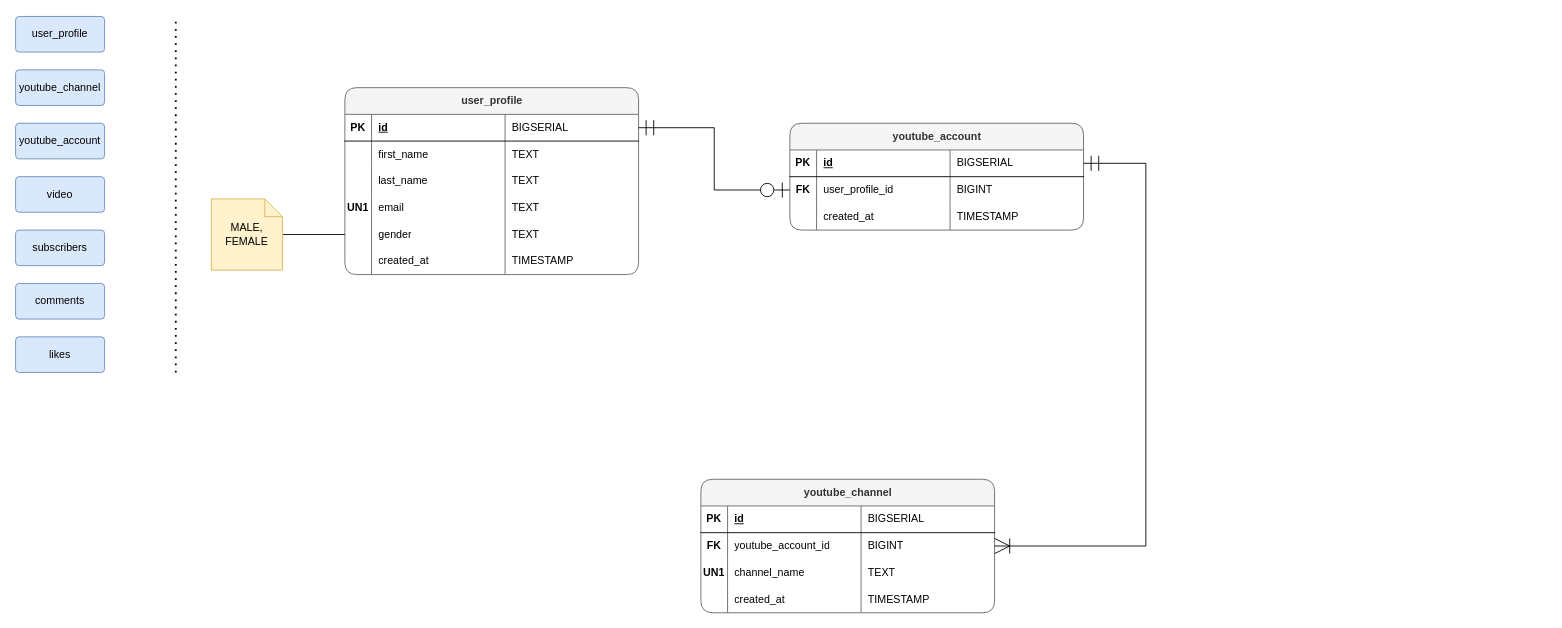
This is database-learn.drawio.xml from mjunaidjbr/learn-database, a draw.io file, before an edit. Source tidied: cells renumbered, new cells numbered last; positions are measured from the earlier drawing's top-left corner, leaving out a move shared by most shapes. Both pictures are drawn from the tidied source at 89%, with x=0, y=0 at pixel (15, 16).
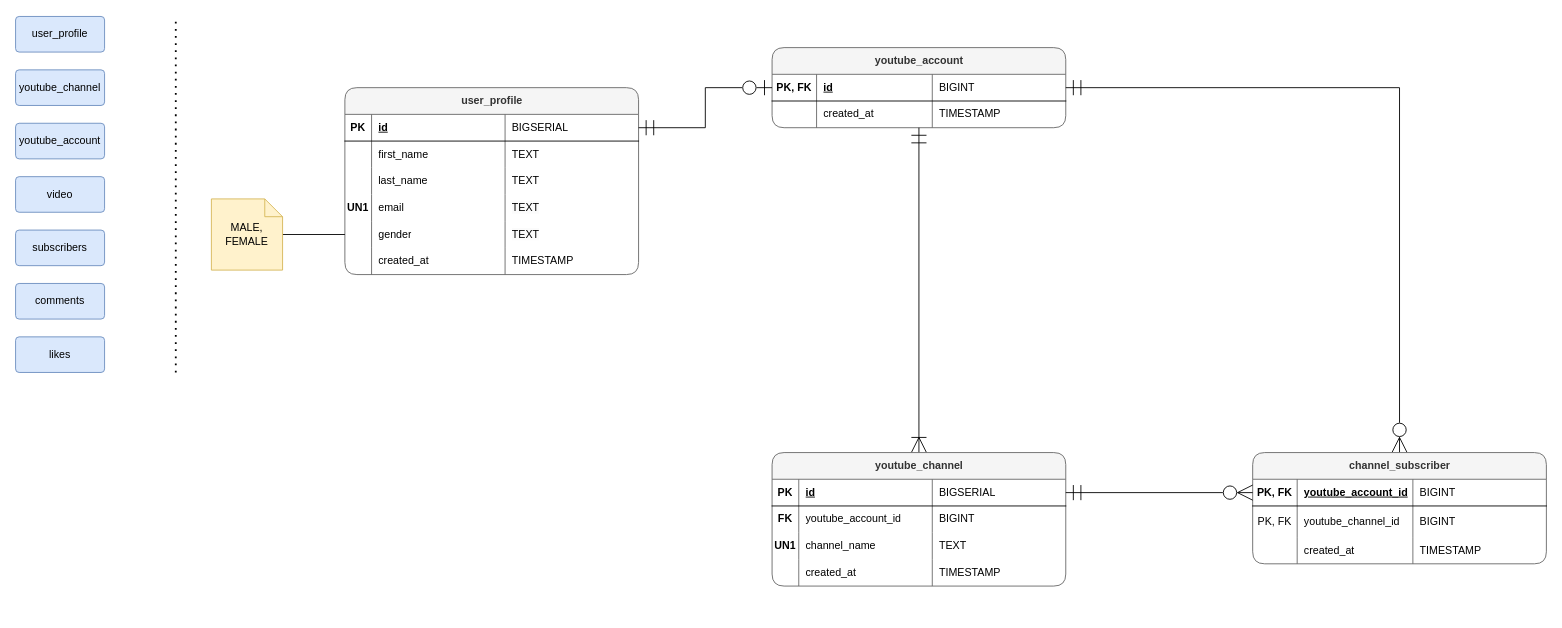
After the change.

Unchanged cells that the change refers to:
```xml
<mxCell id="10" style="shape=tableRow;horizontal=0;startSize=0;swimlaneHead=0;swimlaneBody=0;fillColor=none;points=[[0,0.5],[1,0.5]];portConstraint=eastwest;top=0;left=0;right=0;bottom=1;" parent="9" vertex="1">
  <mxGeometry y="30" width="330" height="30" as="geometry" />
</mxCell>
<mxCell id="51" style="shape=tableRow;horizontal=0;startSize=0;swimlaneHead=0;swimlaneBody=0;fillColor=none;points=[[0,0.5],[1,0.5]];portConstraint=eastwest;top=0;left=0;right=0;bottom=1;" parent="50" vertex="1">
  <mxGeometry y="30" width="330" height="30" as="geometry" />
</mxCell>
<mxCell id="55" style="shape=tableRow;horizontal=0;startSize=0;swimlaneHead=0;swimlaneBody=0;fillColor=none;points=[[0,0.5],[1,0.5]];portConstraint=eastwest;top=0;left=0;right=0;bottom=0;" parent="50" vertex="1">
  <mxGeometry y="60" width="330" height="30" as="geometry" />
</mxCell>
```

Diff of the diagram source:
```diff
@@
     <mxCell id="37" value="youtube_account" style="shape=table;startSize=30;childLayout=tableLayout;rowLines=0;fontStyle=1;align=center;html=1;rounded=1;fillColor=#f5f5f5;strokeColor=#666666;swimlaneLine=1;shadow=0;fontColor=#333333;" parent="1" vertex="1">
-      <mxGeometry x="870" y="120" width="330" height="120" as="geometry" />
+      <mxGeometry x="850" y="35" width="330" height="90" as="geometry" />
     </mxCell>
-    <mxCell id="38" style="shape=tableRow;horizontal=0;startSize=0;swimlaneHead=0;swimlaneBody=0;fillColor=none;points=[[0,0.5],[1,0.5]];portConstraint=eastwest;top=0;left=0;right=0;bottom=1;" parent="37" vertex="1">
+    <mxCell id="38" style="shape=tableRow;horizontal=0;startSize=0;swimlaneHead=0;swimlaneBody=0;fillColor=none;points=[[0,0.5],[1,0.5]];portConstraint=eastwest;top=0;left=0;right=0;bottom=1;strokeColor=default;" parent="37" vertex="1">
       <mxGeometry y="30" width="330" height="30" as="geometry" />
     </mxCell>
-    <mxCell id="39" value="PK" style="shape=partialRectangle;fillColor=none;top=0;left=0;bottom=0;right=0;fontStyle=1;overflow=hidden;whiteSpace=wrap;html=1;" parent="38" vertex="1">
-      <mxGeometry width="30" height="30" as="geometry" />
+    <mxCell id="39" value="PK, FK" style="shape=partialRectangle;fillColor=none;top=0;left=0;bottom=0;right=0;fontStyle=1;overflow=hidden;whiteSpace=wrap;html=1;strokeColor=default;" parent="38" vertex="1">
+      <mxGeometry width="50" height="30" as="geometry" />
     </mxCell>
-    <mxCell id="40" value="id" style="shape=partialRectangle;fillColor=none;top=0;left=0;bottom=0;right=0;align=left;spacingLeft=6;fontStyle=5;overflow=hidden;whiteSpace=wrap;html=1;" parent="38" vertex="1">
-      <mxGeometry x="30" width="150" height="30" as="geometry" />
+    <mxCell id="40" value="id" style="shape=partialRectangle;fillColor=none;top=0;left=0;bottom=0;right=0;align=left;spacingLeft=6;fontStyle=5;overflow=hidden;whiteSpace=wrap;html=1;strokeColor=default;" parent="38" vertex="1">
+      <mxGeometry x="50" width="130" height="30" as="geometry" />
     </mxCell>
-    <mxCell id="41" value="&lt;span style=&quot;font-weight: normal;&quot;&gt;BIGSERIAL&lt;/span&gt;" style="shape=partialRectangle;fillColor=none;top=0;left=0;bottom=0;right=0;align=left;spacingLeft=6;fontStyle=1;overflow=hidden;whiteSpace=wrap;html=1;" parent="38" vertex="1">
+    <mxCell id="41" value="&lt;span style=&quot;font-weight: normal;&quot;&gt;BIGINT&lt;br&gt;&lt;/span&gt;" style="shape=partialRectangle;fillColor=none;top=0;left=0;bottom=0;right=0;align=left;spacingLeft=6;fontStyle=1;overflow=hidden;whiteSpace=wrap;html=1;strokeColor=default;" parent="38" vertex="1">
       <mxGeometry x="180" width="150" height="30" as="geometry" />
     </mxCell>
-    <mxCell id="42" style="shape=tableRow;horizontal=0;startSize=0;swimlaneHead=0;swimlaneBody=0;fillColor=none;points=[[0,0.5],[1,0.5]];portConstraint=eastwest;top=0;left=0;right=0;bottom=0;" parent="37" vertex="1">
-      <mxGeometry y="60" width="330" height="30" as="geometry" />
-    </mxCell>
-    <mxCell id="43" value="&lt;b&gt;FK&lt;/b&gt;" style="shape=partialRectangle;fillColor=none;top=0;left=0;bottom=0;right=0;overflow=hidden;whiteSpace=wrap;html=1;" parent="42" vertex="1">
-      <mxGeometry width="30" height="30" as="geometry" />
-    </mxCell>
-    <mxCell id="44" value="user_profile_id" style="shape=partialRectangle;fillColor=none;top=0;left=0;bottom=0;right=0;align=left;spacingLeft=6;overflow=hidden;whiteSpace=wrap;html=1;" parent="42" vertex="1">
-      <mxGeometry x="30" width="150" height="30" as="geometry" />
-    </mxCell>
-    <mxCell id="45" value="BIGINT" style="shape=partialRectangle;fillColor=none;top=0;left=0;bottom=0;right=0;align=left;spacingLeft=6;overflow=hidden;whiteSpace=wrap;html=1;" parent="42" vertex="1">
-      <mxGeometry x="180" width="150" height="30" as="geometry" />
-    </mxCell>
     <mxCell id="46" style="shape=tableRow;horizontal=0;startSize=0;swimlaneHead=0;swimlaneBody=0;fillColor=none;top=0;left=0;right=0;bottom=0;" parent="37" vertex="1">
-      <mxGeometry y="90" width="330" height="30" as="geometry" />
+      <mxGeometry y="60" width="330" height="30" as="geometry" />
     </mxCell>
     <mxCell id="47" style="shape=partialRectangle;fillColor=none;top=0;left=0;bottom=0;right=0;overflow=hidden;whiteSpace=wrap;html=1;" parent="46" vertex="1">
-      <mxGeometry width="30" height="30" as="geometry" />
+      <mxGeometry width="50" height="30" as="geometry" />
     </mxCell>
     <mxCell id="48" value="created_at" style="shape=partialRectangle;fillColor=none;top=0;left=0;bottom=0;right=0;align=left;spacingLeft=6;overflow=hidden;whiteSpace=wrap;html=1;" parent="46" vertex="1">
-      <mxGeometry x="30" width="150" height="30" as="geometry" />
+      <mxGeometry x="50" width="130" height="30" as="geometry" />
     </mxCell>
@@
+    <mxCell id="69" style="edgeStyle=orthogonalEdgeStyle;rounded=0;jettySize=auto;html=1;exitX=0.5;exitY=0;exitDx=0;exitDy=0;startArrow=ERoneToMany;startFill=0;endSize=15;startSize=15;endArrow=ERmandOne;endFill=0;" parent="1" edge="1" source="50" target="37">
+      <mxGeometry relative="1" as="geometry" />
+    </mxCell>
     <mxCell id="50" value="youtube_channel" style="shape=table;startSize=30;childLayout=tableLayout;rowLines=0;fontStyle=1;align=center;html=1;rounded=1;fillColor=#f5f5f5;strokeColor=#666666;swimlaneLine=1;shadow=0;fontColor=#333333;" parent="1" vertex="1">
-      <mxGeometry x="770" y="520" width="330" height="150" as="geometry" />
+      <mxGeometry x="850" y="490" width="330" height="150" as="geometry" />
     </mxCell>
@@
-    <mxCell id="67" style="edgeStyle=orthogonalEdgeStyle;rounded=0;jettySize=auto;html=1;exitX=0;exitY=0.5;exitDx=0;exitDy=0;entryX=1;entryY=0.5;entryDx=0;entryDy=0;endArrow=ERmandOne;endFill=0;endSize=15;startSize=15;startArrow=ERzeroToOne;startFill=0;" parent="1" edge="1" source="42" target="10">
+    <mxCell id="67" style="edgeStyle=orthogonalEdgeStyle;rounded=0;jettySize=auto;html=1;exitX=0;exitY=0.5;exitDx=0;exitDy=0;entryX=1;entryY=0.5;entryDx=0;entryDy=0;endArrow=ERmandOne;endFill=0;endSize=15;startSize=15;startArrow=ERzeroToOne;startFill=0;" parent="1" edge="1" target="10">
       <mxGeometry relative="1" as="geometry" />
     </mxCell>
-    <mxCell id="68" style="edgeStyle=orthogonalEdgeStyle;rounded=0;jettySize=auto;html=1;exitX=1;exitY=0.5;exitDx=0;exitDy=0;entryX=1;entryY=0.5;entryDx=0;entryDy=0;endArrow=ERmandOne;endFill=0;endSize=15;startSize=15;startArrow=ERoneToMany;startFill=0;" parent="1" edge="1" source="55" target="38">
-      <mxGeometry relative="1" as="geometry">
-        <Array as="points">
-          <mxPoint x="1270" y="595" />
-          <mxPoint x="1270" y="165" />
-        </Array>
-      </mxGeometry>
-    </mxCell>
+    <mxCell id="70" style="edgeStyle=orthogonalEdgeStyle;rounded=0;jettySize=auto;html=1;exitX=0;exitY=0.5;exitDx=0;exitDy=0;entryX=1;entryY=0.5;entryDx=0;entryDy=0;endArrow=ERmandOne;endFill=0;startArrow=ERzeroToOne;startFill=0;endSize=15;startSize=15;fontStyle=1;" parent="1" edge="1" source="38" target="10">
+      <mxGeometry relative="1" as="geometry" />
+    </mxCell>
+    <mxCell id="71" style="edgeStyle=orthogonalEdgeStyle;rounded=0;jettySize=auto;html=1;exitX=0.5;exitY=0;exitDx=0;exitDy=0;entryX=1;entryY=0.5;entryDx=0;entryDy=0;startArrow=ERzeroToMany;startFill=0;endArrow=ERmandOne;endFill=0;endSize=15;startSize=15;" parent="1" edge="1" source="72" target="38">
+      <mxGeometry relative="1" as="geometry" />
+    </mxCell>
+    <mxCell id="72" value="channel_subscriber" style="shape=table;startSize=30;childLayout=tableLayout;rowLines=0;fontStyle=1;align=center;html=1;rounded=1;fillColor=#f5f5f5;strokeColor=#666666;swimlaneLine=1;shadow=0;fontColor=#333333;" parent="1" vertex="1">
+      <mxGeometry x="1390" y="490" width="330" height="125" as="geometry" />
+    </mxCell>
+    <mxCell id="73" style="shape=tableRow;horizontal=0;startSize=0;swimlaneHead=0;swimlaneBody=0;fillColor=none;points=[[0,0.5],[1,0.5]];portConstraint=eastwest;top=0;left=0;right=0;bottom=1;" parent="72" vertex="1">
+      <mxGeometry y="30" width="330" height="30" as="geometry" />
+    </mxCell>
+    <mxCell id="74" value="PK, FK" style="shape=partialRectangle;fillColor=none;top=0;left=0;bottom=0;right=0;fontStyle=1;overflow=hidden;whiteSpace=wrap;html=1;" parent="73" vertex="1">
+      <mxGeometry width="50" height="30" as="geometry" />
+    </mxCell>
+    <mxCell id="75" value="youtube_account_id" style="shape=partialRectangle;fillColor=none;top=0;left=0;bottom=0;right=0;align=left;spacingLeft=6;fontStyle=5;overflow=hidden;whiteSpace=wrap;html=1;" parent="73" vertex="1">
+      <mxGeometry x="50" width="130" height="30" as="geometry" />
+    </mxCell>
+    <mxCell id="76" value="&lt;span style=&quot;font-weight: normal;&quot;&gt;BIGINT&lt;/span&gt;" style="shape=partialRectangle;fillColor=none;top=0;left=0;bottom=0;right=0;align=left;spacingLeft=6;fontStyle=1;overflow=hidden;whiteSpace=wrap;html=1;" parent="73" vertex="1">
+      <mxGeometry x="180" width="150" height="30" as="geometry" />
+    </mxCell>
+    <mxCell id="77" style="shape=tableRow;horizontal=0;startSize=0;swimlaneHead=0;swimlaneBody=0;fillColor=none;top=0;left=0;right=0;bottom=0;" parent="72" vertex="1">
+      <mxGeometry y="60" width="330" height="35" as="geometry" />
+    </mxCell>
+    <mxCell id="78" value="PK, FK" style="shape=partialRectangle;fillColor=none;top=0;left=0;bottom=0;right=0;overflow=hidden;whiteSpace=wrap;html=1;" parent="77" vertex="1">
+      <mxGeometry width="50" height="35" as="geometry" />
+    </mxCell>
+    <mxCell id="79" value="youtube_channel_id&lt;span style=&quot;white-space: pre;&quot;&gt;&#9;&lt;/span&gt;&lt;span style=&quot;white-space: pre;&quot;&gt;&#9;&lt;/span&gt;" style="shape=partialRectangle;fillColor=none;top=0;left=0;bottom=0;right=0;align=left;spacingLeft=6;overflow=hidden;whiteSpace=wrap;html=1;" parent="77" vertex="1">
+      <mxGeometry x="50" width="130" height="35" as="geometry" />
+    </mxCell>
+    <mxCell id="45" value="BIGINT" style="shape=partialRectangle;fillColor=none;top=0;left=0;bottom=0;right=0;align=left;spacingLeft=6;overflow=hidden;whiteSpace=wrap;html=1;" parent="77" vertex="1">
+      <mxGeometry x="180" width="150" height="35" as="geometry" />
+    </mxCell>
+    <mxCell id="80" style="shape=tableRow;horizontal=0;startSize=0;swimlaneHead=0;swimlaneBody=0;fillColor=none;top=0;left=0;right=0;bottom=0;" parent="72" vertex="1">
+      <mxGeometry y="95" width="330" height="30" as="geometry" />
+    </mxCell>
+    <mxCell id="81" style="shape=partialRectangle;fillColor=none;top=0;left=0;bottom=0;right=0;overflow=hidden;whiteSpace=wrap;html=1;" parent="80" vertex="1">
+      <mxGeometry width="50" height="30" as="geometry" />
+    </mxCell>
+    <mxCell id="82" value="created_at" style="shape=partialRectangle;fillColor=none;top=0;left=0;bottom=0;right=0;align=left;spacingLeft=6;overflow=hidden;whiteSpace=wrap;html=1;" parent="80" vertex="1">
+      <mxGeometry x="50" width="130" height="30" as="geometry" />
+    </mxCell>
+    <mxCell id="83" value="TIMESTAMP" style="shape=partialRectangle;fillColor=none;top=0;left=0;bottom=0;right=0;align=left;spacingLeft=6;overflow=hidden;whiteSpace=wrap;html=1;" parent="80" vertex="1">
+      <mxGeometry x="180" width="150" height="30" as="geometry" />
+    </mxCell>
+    <mxCell id="84" style="edgeStyle=orthogonalEdgeStyle;rounded=0;jettySize=auto;html=1;exitX=0;exitY=0.5;exitDx=0;exitDy=0;startArrow=ERzeroToMany;startFill=0;endSize=15;startSize=15;endArrow=ERmandOne;endFill=0;" parent="1" edge="1" source="73" target="51">
+      <mxGeometry relative="1" as="geometry" />
+    </mxCell>
```
